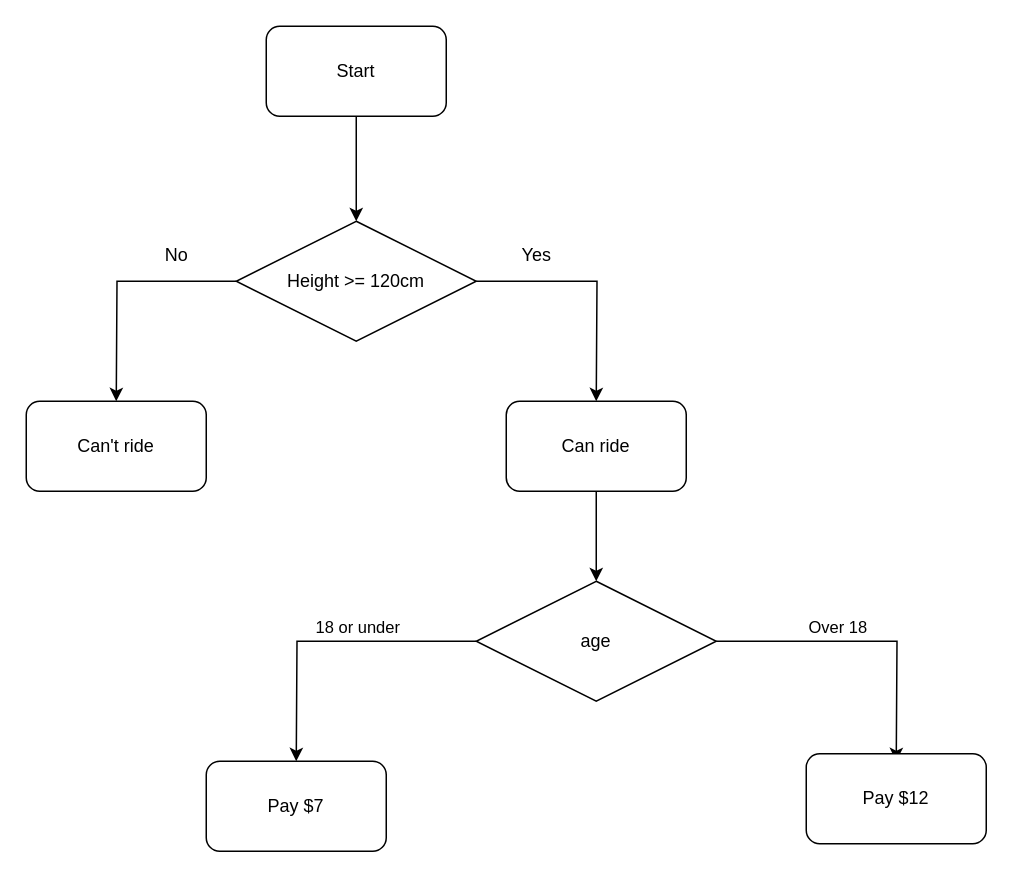
This is 100_Days_of_code/Day_03/Flow1.drawio from wsch481/gitresp, a draw.io file, before an edit. Source tidied: cells renumbered, new cells numbered last; positions are measured from the earlier drawing's top-left corner, leaving out a move shared by most shapes. Both pictures are drawn from the tidied source at 150%, with x=0, y=0 at pixel (26, 26).
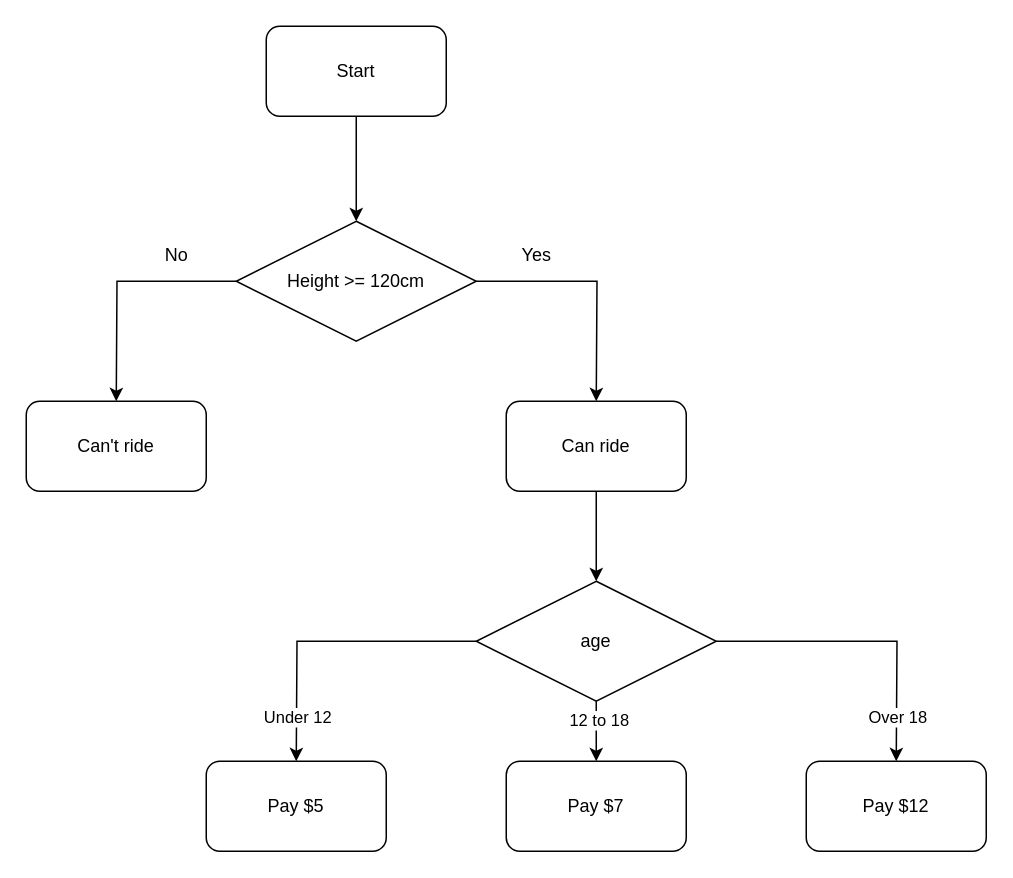
The same diagram, later.

Unchanged cells that the change refers to:
```xml
<mxCell id="10" style="edgeStyle=orthogonalEdgeStyle;rounded=0;jettySize=auto;html=1;exitX=0;exitY=0.5;exitDx=0;exitDy=0;" parent="1" edge="1" source="14">
  <mxGeometry relative="1" as="geometry">
    <mxPoint x="180" y="490" as="targetPoint" />
  </mxGeometry>
</mxCell>
<mxCell id="12" style="edgeStyle=orthogonalEdgeStyle;rounded=0;jettySize=auto;html=1;exitX=1;exitY=0.5;exitDx=0;exitDy=0;" parent="1" edge="1" source="14">
  <mxGeometry relative="1" as="geometry">
    <mxPoint x="580" y="490" as="targetPoint" />
  </mxGeometry>
</mxCell>
<mxCell id="14" value="age" style="rhombus;whiteSpace=wrap;html=1;" parent="1" vertex="1">
  <mxGeometry x="300" y="370" width="160" height="80" as="geometry" />
</mxCell>
```

What changed in the source:
```diff
@@
-    <mxCell id="11" value="18 or under" style="edgeLabel;html=1;align=center;verticalAlign=middle;" parent="10" vertex="1">
+    <mxCell id="11" value="Under 12" style="edgeLabel;html=1;align=center;verticalAlign=middle;" parent="10" vertex="1">
       <mxGeometry x="-0.16" y="-4" relative="1" as="geometry">
-        <mxPoint x="4" y="-6" as="offset" />
+        <mxPoint x="-36" y="54" as="offset" />
       </mxGeometry>
     </mxCell>
@@
     <mxCell id="13" value="Over 18" style="edgeLabel;html=1;align=center;verticalAlign=middle;" parent="12" vertex="1">
       <mxGeometry x="-0.49" y="4" relative="1" as="geometry">
-        <mxPoint x="29" y="-6" as="offset" />
+        <mxPoint x="69" y="54" as="offset" />
       </mxGeometry>
     </mxCell>
+    <mxCell id="19" style="edgeStyle=orthogonalEdgeStyle;rounded=0;jettySize=auto;html=1;" parent="1" edge="1" source="14">
+      <mxGeometry relative="1" as="geometry">
+        <mxPoint x="380" y="490" as="targetPoint" />
+      </mxGeometry>
+    </mxCell>
+    <mxCell id="20" value="12 to 18" style="edgeLabel;html=1;align=center;verticalAlign=middle;" parent="19" vertex="1">
+      <mxGeometry x="-0.41" y="1" relative="1" as="geometry" />
+    </mxCell>
@@
-    <mxCell id="15" value="Pay $7" style="rounded=1;whiteSpace=wrap;html=1;" parent="1" vertex="1">
+    <mxCell id="15" value="Pay $5" style="rounded=1;whiteSpace=wrap;html=1;" parent="1" vertex="1">
       <mxGeometry x="120" y="490" width="120" height="60" as="geometry" />
     </mxCell>
     <mxCell id="16" value="Pay $12" style="rounded=1;whiteSpace=wrap;html=1;" parent="1" vertex="1">
-      <mxGeometry x="520" y="485" width="120" height="60" as="geometry" />
+      <mxGeometry x="520" y="490" width="120" height="60" as="geometry" />
     </mxCell>
@@
+    <mxCell id="21" value="Pay $7" style="rounded=1;whiteSpace=wrap;html=1;" parent="1" vertex="1">
+      <mxGeometry x="320" y="490" width="120" height="60" as="geometry" />
+    </mxCell>
```
